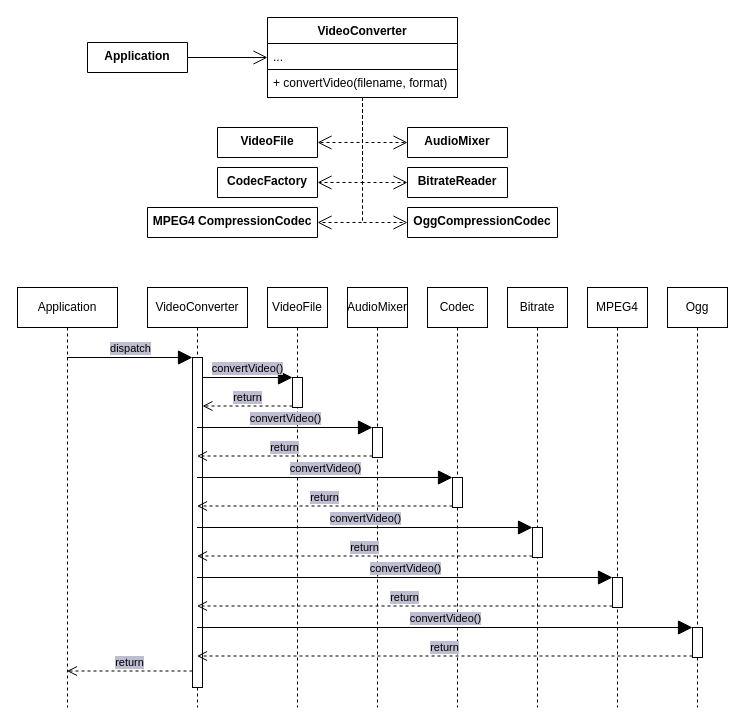
Above: page "Facade" (10 of 22) of patrones_creacionales/Diagrama sin título.drawio in estebansalas18/Patrones-GoF (draw.io), before the change. Source tidied: cells renumbered, new cells numbered last; positions are measured from the earlier drawing's top-left corner, leaving out a move shared by most shapes. Both pictures are drawn from the tidied source at 100%, with x=0, y=0 at pixel (17, 17).
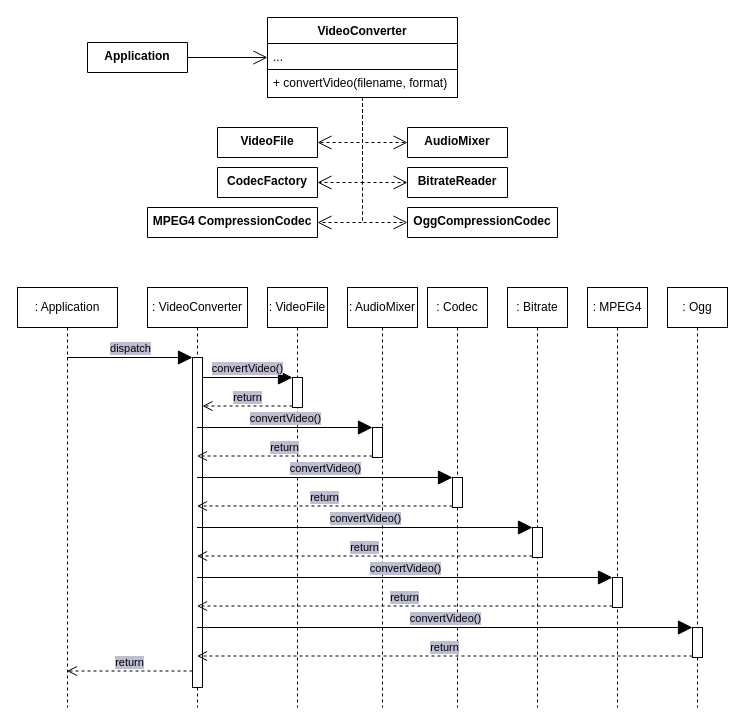
The same page after the edit.

The edit, as a diff of the source:
```diff
@@
-    <mxCell id="19" value="Application" style="shape=umlLifeline;perimeter=lifelinePerimeter;whiteSpace=wrap;html=1;outlineConnect=0;rounded=0;shadow=0;labelBackgroundColor=none;sketch=0;fillStyle=auto;fontColor=#000000;strokeColor=#000000;strokeWidth=1;fillColor=#FFFFFF;gradientColor=none;" parent="1" vertex="1">
+    <mxCell id="19" value=": Application" style="shape=umlLifeline;perimeter=lifelinePerimeter;whiteSpace=wrap;html=1;outlineConnect=0;rounded=0;shadow=0;labelBackgroundColor=none;sketch=0;fillStyle=auto;fontColor=#000000;strokeColor=#000000;strokeWidth=1;fillColor=#FFFFFF;gradientColor=none;" parent="1" vertex="1">
       <mxGeometry y="270" width="100" height="420" as="geometry" />
     </mxCell>
-    <mxCell id="20" value="VideoConverter" style="shape=umlLifeline;perimeter=lifelinePerimeter;whiteSpace=wrap;html=1;outlineConnect=0;rounded=0;shadow=0;labelBackgroundColor=none;sketch=0;fillStyle=auto;fontColor=#000000;strokeColor=#000000;strokeWidth=1;fillColor=#FFFFFF;gradientColor=none;" parent="1" vertex="1">
+    <mxCell id="20" value=": VideoConverter" style="shape=umlLifeline;perimeter=lifelinePerimeter;whiteSpace=wrap;html=1;outlineConnect=0;rounded=0;shadow=0;labelBackgroundColor=none;sketch=0;fillStyle=auto;fontColor=#000000;strokeColor=#000000;strokeWidth=1;fillColor=#FFFFFF;gradientColor=none;" parent="1" vertex="1">
       <mxGeometry x="130" y="270" width="100" height="420" as="geometry" />
     </mxCell>
@@
-    <mxCell id="24" value="VideoFile" style="shape=umlLifeline;perimeter=lifelinePerimeter;whiteSpace=wrap;html=1;rounded=0;shadow=0;labelBackgroundColor=none;sketch=0;fillStyle=auto;fontColor=#000000;strokeColor=#000000;strokeWidth=1;fillColor=#FFFFFF;gradientColor=none;" parent="1" vertex="1">
+    <mxCell id="24" value=": VideoFile" style="shape=umlLifeline;perimeter=lifelinePerimeter;whiteSpace=wrap;html=1;rounded=0;shadow=0;labelBackgroundColor=none;sketch=0;fillStyle=auto;fontColor=#000000;strokeColor=#000000;strokeWidth=1;fillColor=#FFFFFF;gradientColor=none;" parent="1" vertex="1">
       <mxGeometry x="250" y="270" width="60" height="420" as="geometry" />
     </mxCell>
@@
-    <mxCell id="26" value="AudioMixer" style="shape=umlLifeline;perimeter=lifelinePerimeter;whiteSpace=wrap;html=1;rounded=0;shadow=0;labelBackgroundColor=none;sketch=0;fillStyle=auto;fontColor=#000000;strokeColor=#000000;strokeWidth=1;fillColor=#FFFFFF;gradientColor=none;" parent="1" vertex="1">
-      <mxGeometry x="330" y="270" width="60" height="420" as="geometry" />
+    <mxCell id="26" value=": AudioMixer" style="shape=umlLifeline;perimeter=lifelinePerimeter;whiteSpace=wrap;html=1;rounded=0;shadow=0;labelBackgroundColor=none;sketch=0;fillStyle=auto;fontColor=#000000;strokeColor=#000000;strokeWidth=1;fillColor=#FFFFFF;gradientColor=none;" parent="1" vertex="1">
+      <mxGeometry x="330" y="270" width="70" height="420" as="geometry" />
     </mxCell>
@@
-    <mxCell id="28" value="Codec" style="shape=umlLifeline;perimeter=lifelinePerimeter;whiteSpace=wrap;html=1;rounded=0;shadow=0;labelBackgroundColor=none;sketch=0;fillStyle=auto;fontColor=#000000;strokeColor=#000000;strokeWidth=1;fillColor=#FFFFFF;gradientColor=none;" parent="1" vertex="1">
+    <mxCell id="28" value=": Codec" style="shape=umlLifeline;perimeter=lifelinePerimeter;whiteSpace=wrap;html=1;rounded=0;shadow=0;labelBackgroundColor=none;sketch=0;fillStyle=auto;fontColor=#000000;strokeColor=#000000;strokeWidth=1;fillColor=#FFFFFF;gradientColor=none;" parent="1" vertex="1">
       <mxGeometry x="410" y="270" width="60" height="420" as="geometry" />
     </mxCell>
@@
-    <mxCell id="30" value="Bitrate" style="shape=umlLifeline;perimeter=lifelinePerimeter;whiteSpace=wrap;html=1;rounded=0;shadow=0;labelBackgroundColor=none;sketch=0;fillStyle=auto;fontColor=#000000;strokeColor=#000000;strokeWidth=1;fillColor=#FFFFFF;gradientColor=none;" parent="1" vertex="1">
+    <mxCell id="30" value=": Bitrate" style="shape=umlLifeline;perimeter=lifelinePerimeter;whiteSpace=wrap;html=1;rounded=0;shadow=0;labelBackgroundColor=none;sketch=0;fillStyle=auto;fontColor=#000000;strokeColor=#000000;strokeWidth=1;fillColor=#FFFFFF;gradientColor=none;" parent="1" vertex="1">
       <mxGeometry x="490" y="270" width="60" height="420" as="geometry" />
     </mxCell>
@@
-    <mxCell id="32" value="MPEG4" style="shape=umlLifeline;perimeter=lifelinePerimeter;whiteSpace=wrap;html=1;rounded=0;shadow=0;labelBackgroundColor=none;sketch=0;fillStyle=auto;fontColor=#000000;strokeColor=#000000;strokeWidth=1;fillColor=#FFFFFF;gradientColor=none;" parent="1" vertex="1">
+    <mxCell id="32" value=": MPEG4" style="shape=umlLifeline;perimeter=lifelinePerimeter;whiteSpace=wrap;html=1;rounded=0;shadow=0;labelBackgroundColor=none;sketch=0;fillStyle=auto;fontColor=#000000;strokeColor=#000000;strokeWidth=1;fillColor=#FFFFFF;gradientColor=none;" parent="1" vertex="1">
       <mxGeometry x="570" y="270" width="60" height="420" as="geometry" />
     </mxCell>
@@
-    <mxCell id="34" value="Ogg" style="shape=umlLifeline;perimeter=lifelinePerimeter;whiteSpace=wrap;html=1;rounded=0;shadow=0;labelBackgroundColor=none;sketch=0;fillStyle=auto;fontColor=#000000;strokeColor=#000000;strokeWidth=1;fillColor=#FFFFFF;gradientColor=none;" parent="1" vertex="1">
+    <mxCell id="34" value=": Ogg" style="shape=umlLifeline;perimeter=lifelinePerimeter;whiteSpace=wrap;html=1;rounded=0;shadow=0;labelBackgroundColor=none;sketch=0;fillStyle=auto;fontColor=#000000;strokeColor=#000000;strokeWidth=1;fillColor=#FFFFFF;gradientColor=none;" parent="1" vertex="1">
       <mxGeometry x="650" y="270" width="60" height="420" as="geometry" />
     </mxCell>
```
